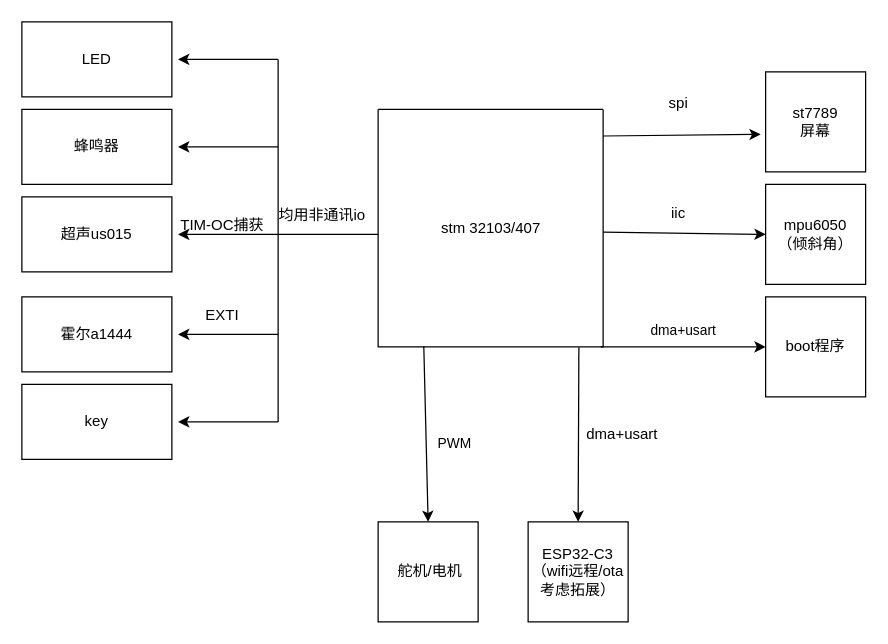
Earlier version of the draw.io diagram f407zet6/毕设 驱动框图.drawio (chenzihong-fun/ECU_design). Source tidied: cells renumbered, new cells numbered last; positions are measured from the earlier drawing's top-left corner, leaving out a move shared by most shapes. Both pictures are drawn from the tidied source at 125%, with x=0, y=0 at pixel (21, 21).
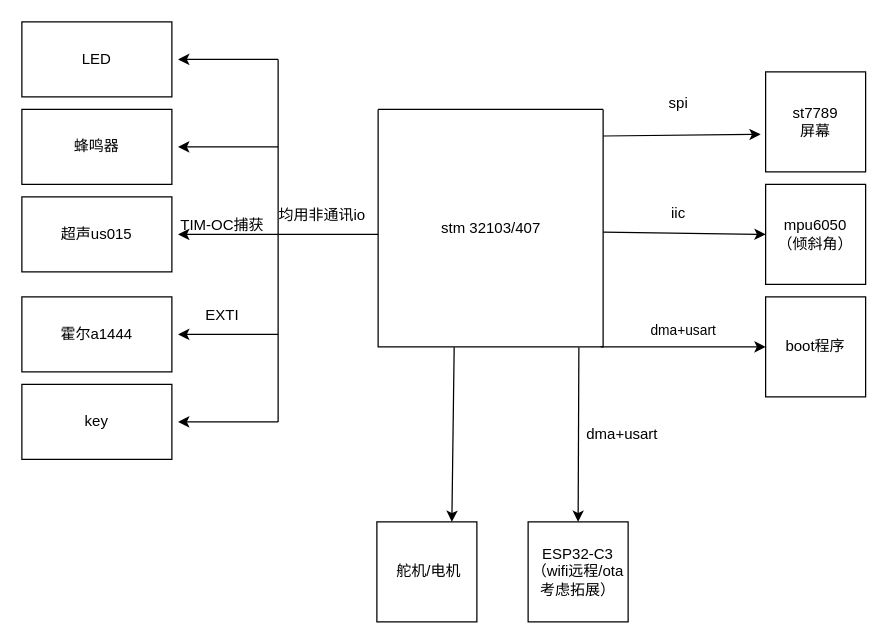
After the change.

Unchanged cells that the change refers to:
```xml
<mxCell id="2" style="swimlane;startSize=0;" parent="1" vertex="1">
  <mxGeometry x="285" y="70" width="180" height="190" as="geometry" />
</mxCell>
```

The edit, as a diff of the source:
```diff
@@
     <mxCell id="16" value="&amp;nbsp;舵机/电机" style="whiteSpace=wrap;html=1;" parent="1" vertex="1">
-      <mxGeometry x="285" y="400" width="80" height="80" as="geometry" />
+      <mxGeometry x="284" y="400" width="80" height="80" as="geometry" />
     </mxCell>
-    <mxCell id="17" style="endArrow=classic;html=1;rounded=0;exitX=0.203;exitY=0.997;exitDx=0;exitDy=0;exitPerimeter=0;entryX=0.5;entryY=0;entryDx=0;entryDy=0;" parent="1" edge="1" source="2" target="16">
-      <mxGeometry relative="1" as="geometry" />
-    </mxCell>
-    <mxCell id="18" value="&lt;div&gt;&lt;br&gt;&lt;/div&gt;&lt;div&gt;PWM&lt;/div&gt;" style="edgeLabel;html=1;align=center;verticalAlign=middle;" parent="17" vertex="1">
-      <mxGeometry x="0.01" relative="1" as="geometry">
-        <mxPoint x="22" y="-1" as="offset" />
-      </mxGeometry>
-    </mxCell>
@@
+    <mxCell id="17" style="endArrow=classic;html=1;rounded=0;exitX=0.338;exitY=1.002;exitDx=0;exitDy=0;exitPerimeter=0;entryX=0.75;entryY=0;entryDx=0;entryDy=0;" parent="1" edge="1" source="2" target="16">
+      <mxGeometry relative="1" as="geometry" />
+    </mxCell>
```
